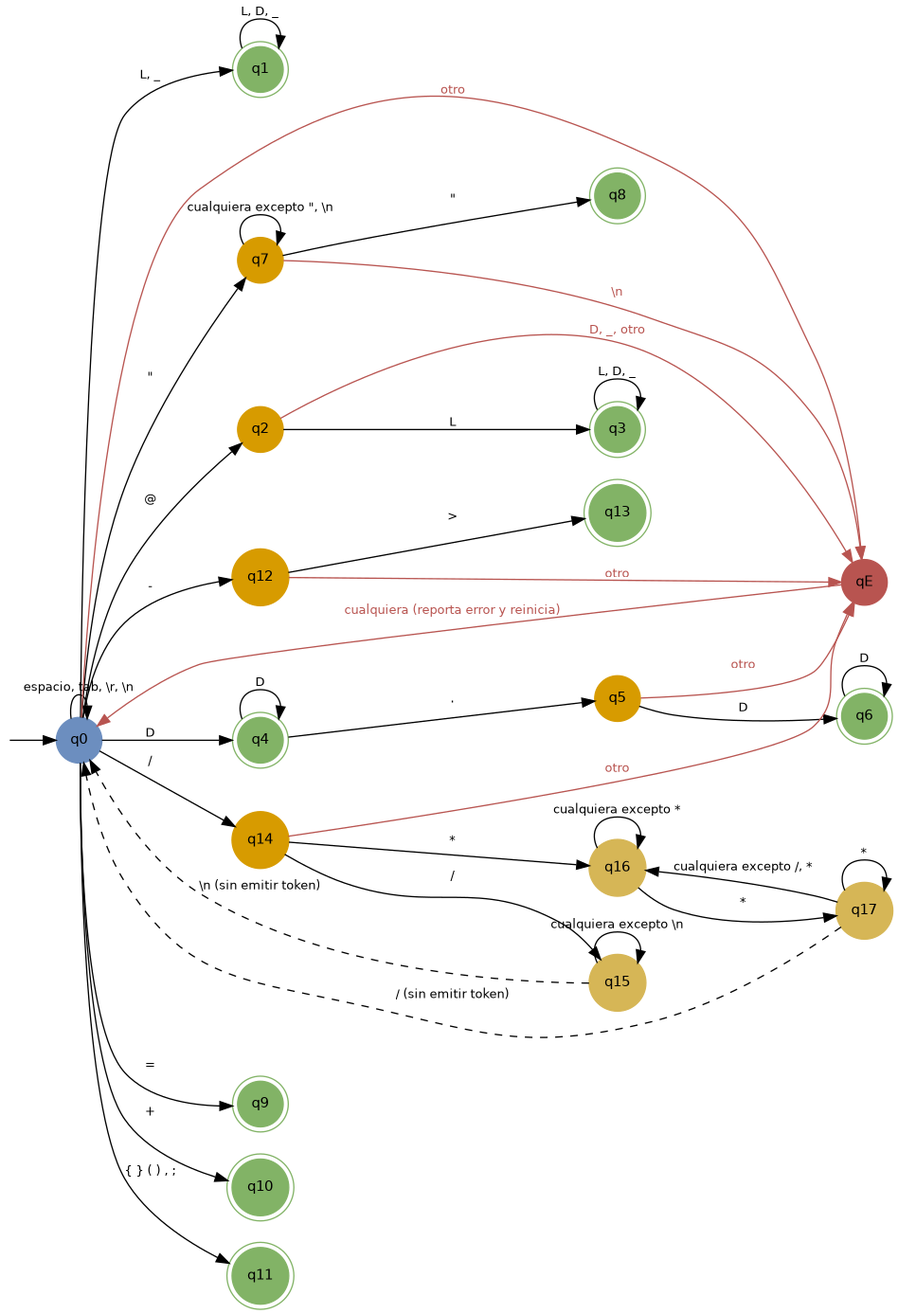
Before: salida/afd_promptzal.png, a diagram exported from Graphviz (FernanGonzalez202331283/practica1Lenguajes). Its source is kept beside it as salida/afd_promptzal.dot.
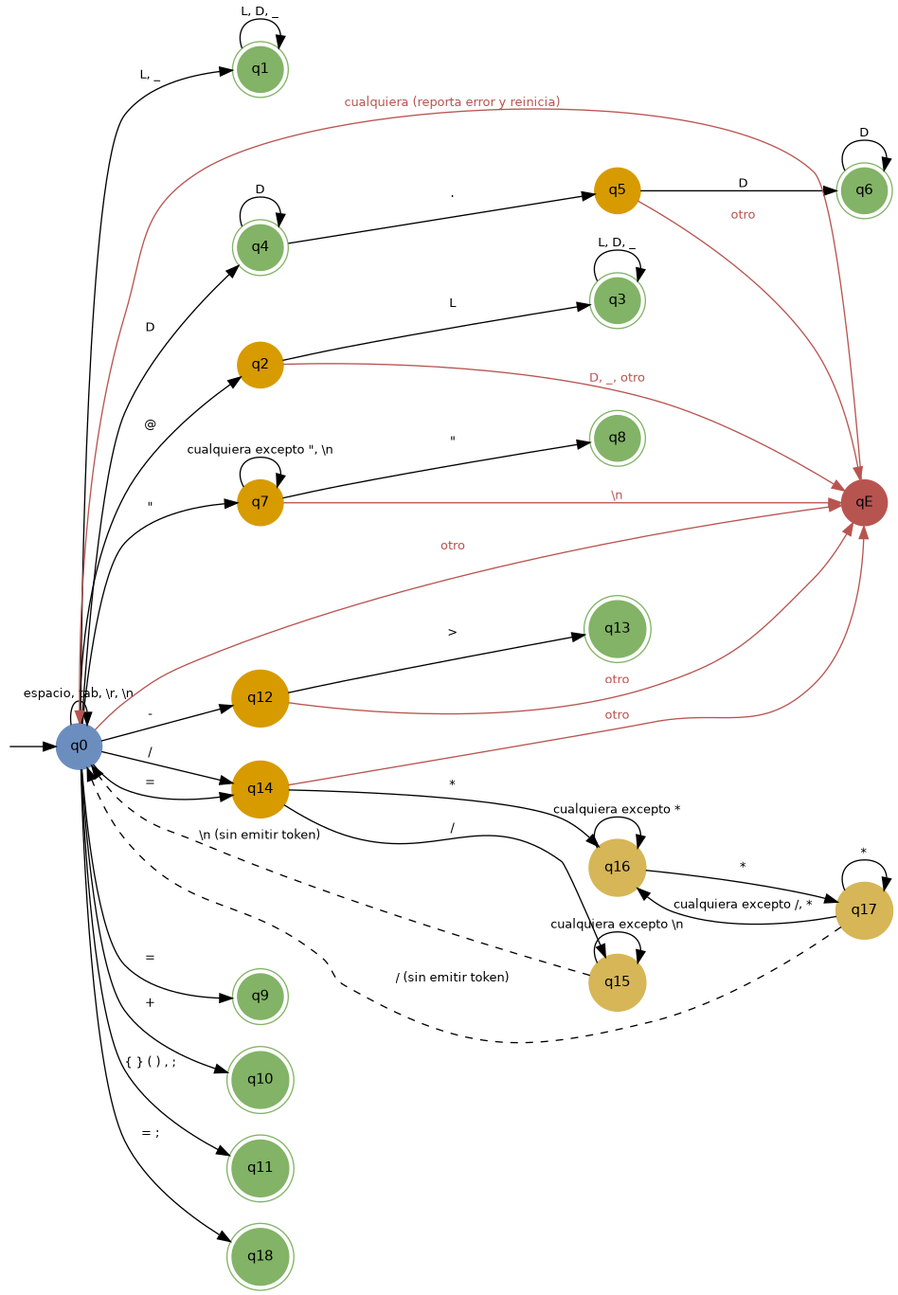
The same file after the commit.

What changed in the source:
```diff
@@ -16,6 +16,7 @@
   q10 [shape=circle, peripheries=2, style=filled, fillColor="#d5e8d4", color="#82b366"];
   q11 [shape=circle, peripheries=2, style=filled, fillColor="#d5e8d4", color="#82b366"];
   q13 [shape=circle, peripheries=2, style=filled, fillColor="#d5e8d4", color="#82b366"];
+  q18 [shape=circle, peripheries=2, style=filled, fillColor="#d5e8d4", color="#82b366"];
   q0 [shape=circle, style=filled, fillColor="#dae8fc", color="#6c8ebf"];
   q2 [shape=circle, style=filled, fillColor="#ffe6cc", color="#d79b00"];
   q5 [shape=circle, style=filled, fillColor="#ffe6cc", color="#d79b00"];
@@ -36,6 +37,8 @@
   q0 -> q11 [label="{ } ( ) , ;"];
   q0 -> q12 [label="-"];
   q0 -> q14 [label="/"];
+  q0 -> q14 [label="="];
+  q0 -> q18 [label="= ;"];
   q0 -> q0 [label="espacio, tab, \\r, \\n"];
   q0 -> qE [label="otro", color="#b85450", fontcolor="#b85450"];
 
```
